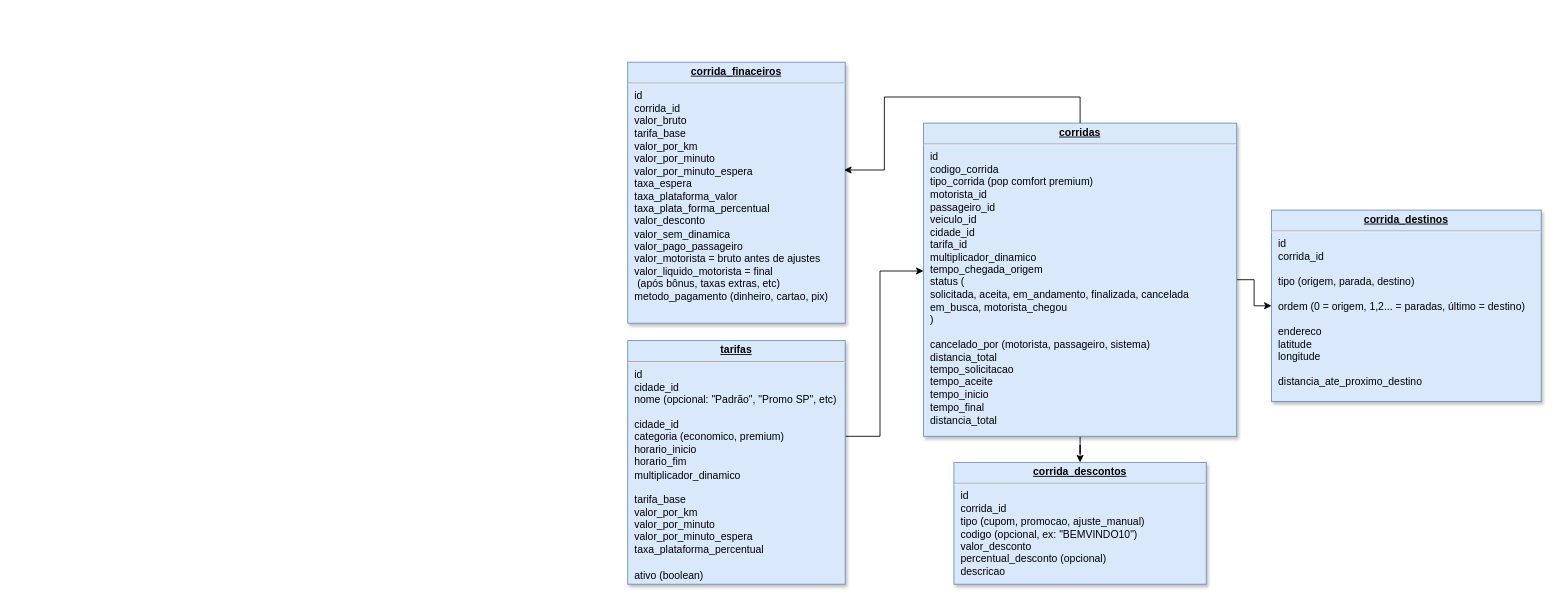
Before: page "corridas" (2 of 2) of Diagrama sem nome.drawio in PnA-Publicidade/aplicativo-mobilidade-urbana-backend, a draw.io diagram. Source tidied: cells renumbered, new cells numbered last; positions are measured from the earlier drawing's top-left corner, leaving out a move shared by most shapes. Both pictures are drawn from the tidied source at 87%, with x=0, y=0 at pixel (627, 62).
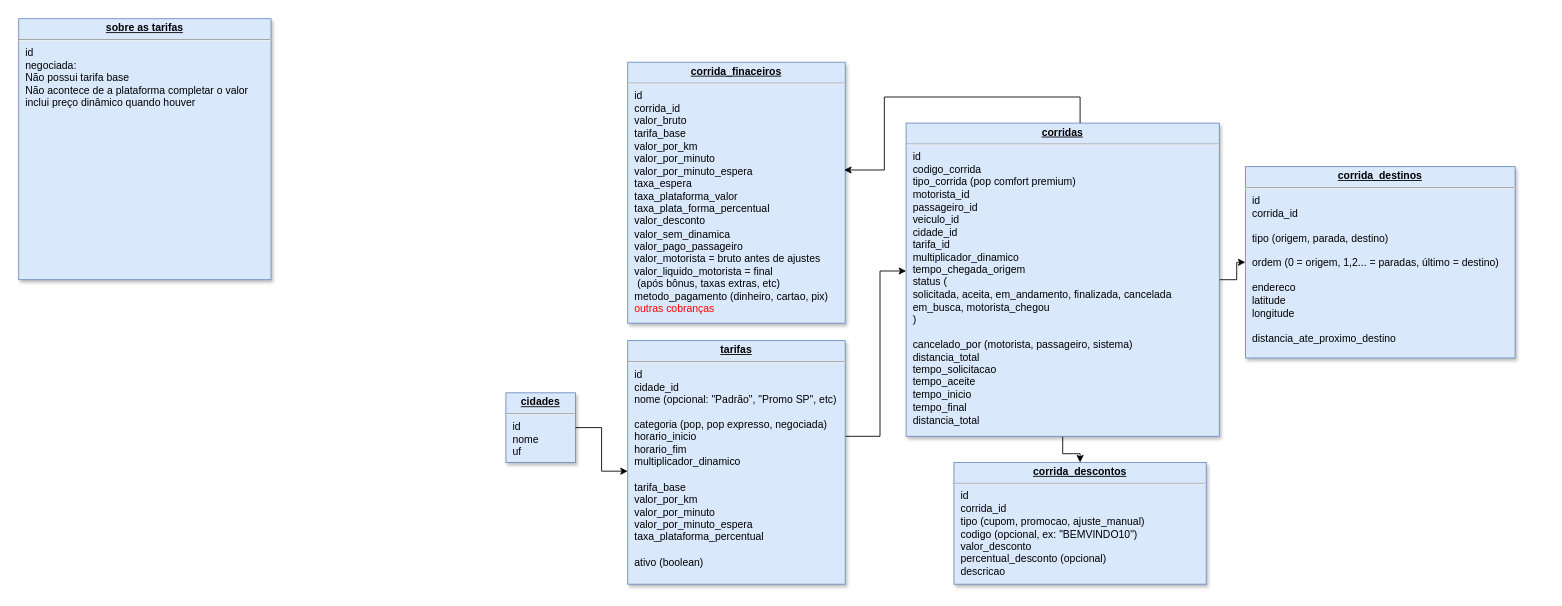
After the change.

What changed in the source:
```diff
@@
 <mxGraphModel>
   <root>
     <mxCell id="0" />
     <mxCell id="1" parent="0" />
     <mxCell id="2" style="edgeStyle=orthogonalEdgeStyle;rounded=0;jettySize=auto;html=1;entryX=0;entryY=0.5;entryDx=0;entryDy=0;" parent="1" edge="1" source="4" target="6">
       <mxGeometry relative="1" as="geometry" />
     </mxCell>
     <mxCell id="3" style="edgeStyle=orthogonalEdgeStyle;rounded=0;jettySize=auto;html=1;entryX=0.5;entryY=0;entryDx=0;entryDy=0;" parent="1" edge="1" source="4" target="7">
       <mxGeometry relative="1" as="geometry" />
     </mxCell>
     <mxCell id="4" value="&lt;p style=&quot;margin: 0px ; margin-top: 4px ; text-align: center ; text-decoration: underline&quot;&gt;&lt;b&gt;corridas&lt;/b&gt;&lt;/p&gt;&lt;hr&gt;&lt;p style=&quot;margin: 0px ; margin-left: 8px&quot;&gt;id&lt;/p&gt;&lt;p style=&quot;margin: 0px ; margin-left: 8px&quot;&gt;codigo_corrida&lt;/p&gt;&lt;p style=&quot;margin: 0px ; margin-left: 8px&quot;&gt;tipo_corrida (pop comfort premium)&lt;/p&gt;&lt;p style=&quot;margin: 0px ; margin-left: 8px&quot;&gt;motorista_id&lt;/p&gt;&lt;p style=&quot;margin: 0px ; margin-left: 8px&quot;&gt;passageiro_id&lt;/p&gt;&lt;p style=&quot;margin: 0px ; margin-left: 8px&quot;&gt;veiculo_id&amp;nbsp;&lt;/p&gt;&lt;p style=&quot;margin: 0px ; margin-left: 8px&quot;&gt;cidade_id&lt;/p&gt;&lt;p style=&quot;margin: 0px ; margin-left: 8px&quot;&gt;tarifa_id&lt;/p&gt;&lt;p style=&quot;margin: 0px ; margin-left: 8px&quot;&gt;multiplicador_dinamico&lt;/p&gt;&lt;p style=&quot;margin: 0px ; margin-left: 8px&quot;&gt;tempo_chegada_origem&lt;/p&gt;&lt;p style=&quot;margin: 0px ; margin-left: 8px&quot;&gt;status (&lt;/p&gt;&lt;p style=&quot;margin: 0px ; margin-left: 8px&quot;&gt;solicitada, aceita, em_andamento, finalizada, cancelada&lt;/p&gt;&lt;p style=&quot;margin: 0px ; margin-left: 8px&quot;&gt;em_busca, motorista_chegou&lt;/p&gt;&lt;p style=&quot;margin: 0px ; margin-left: 8px&quot;&gt;)&lt;/p&gt;&lt;p style=&quot;margin: 0px ; margin-left: 8px&quot;&gt;&lt;br&gt;&lt;/p&gt;&lt;p style=&quot;margin: 0px ; margin-left: 8px&quot;&gt;cancelado_por (motorista, passageiro, sistema)&lt;/p&gt;&lt;p style=&quot;margin: 0px ; margin-left: 8px&quot;&gt;distancia_total&lt;/p&gt;&lt;p style=&quot;margin: 0px ; margin-left: 8px&quot;&gt;tempo_solicitacao&lt;/p&gt;&lt;p style=&quot;margin: 0px ; margin-left: 8px&quot;&gt;tempo_aceite&lt;/p&gt;&lt;p style=&quot;margin: 0px ; margin-left: 8px&quot;&gt;tempo_inicio&lt;/p&gt;&lt;p style=&quot;margin: 0px ; margin-left: 8px&quot;&gt;tempo_final&lt;/p&gt;&lt;p style=&quot;margin: 0px ; margin-left: 8px&quot;&gt;distancia_total&lt;/p&gt;&lt;p style=&quot;margin: 0px ; margin-left: 8px&quot;&gt;&lt;br&gt;&lt;/p&gt;&lt;p style=&quot;margin: 0px ; margin-left: 8px&quot;&gt;&lt;br&gt;&lt;/p&gt;" style="verticalAlign=top;align=left;overflow=fill;fontSize=12;fontFamily=Helvetica;html=1;strokeColor=#6c8ebf;shadow=1;fillColor=#dae8fc;" parent="1" vertex="1">
-      <mxGeometry x="340" y="70" width="360" height="360" as="geometry" />
+      <mxGeometry x="320" y="70" width="360" height="360" as="geometry" />
     </mxCell>
-    <mxCell id="5" value="&lt;p style=&quot;margin: 0px ; margin-top: 4px ; text-align: center ; text-decoration: underline&quot;&gt;&lt;b&gt;corrida_finaceiros&lt;/b&gt;&lt;/p&gt;&lt;hr&gt;&lt;p style=&quot;margin: 0px ; margin-left: 8px&quot;&gt;id&lt;/p&gt;&lt;p style=&quot;margin: 0px ; margin-left: 8px&quot;&gt;corrida_id&lt;/p&gt;&lt;p style=&quot;margin: 0px ; margin-left: 8px&quot;&gt;valor_bruto&lt;/p&gt;&lt;p style=&quot;margin: 0px ; margin-left: 8px&quot;&gt;tarifa_base&lt;/p&gt;&lt;p style=&quot;margin: 0px ; margin-left: 8px&quot;&gt;valor_por_km&lt;/p&gt;&lt;p style=&quot;margin: 0px ; margin-left: 8px&quot;&gt;valor_por_minuto&lt;/p&gt;&lt;p style=&quot;margin: 0px ; margin-left: 8px&quot;&gt;valor_por_minuto_espera&lt;/p&gt;&lt;p style=&quot;margin: 0px ; margin-left: 8px&quot;&gt;taxa_espera&lt;/p&gt;&lt;p style=&quot;margin: 0px 0px 0px 8px;&quot;&gt;taxa_plataforma_valor&lt;/p&gt;&lt;p style=&quot;margin: 0px 0px 0px 8px;&quot;&gt;taxa_plata_forma_percentual&lt;/p&gt;&lt;p style=&quot;margin: 0px ; margin-left: 8px&quot;&gt;valor_desconto&lt;/p&gt;&lt;p style=&quot;margin: 0px ; margin-left: 8px&quot;&gt;valor_sem_dinamica&lt;/p&gt;&lt;p style=&quot;margin: 0px ; margin-left: 8px&quot;&gt;valor_pago_passageiro&lt;/p&gt;&lt;p style=&quot;margin: 0px ; margin-left: 8px&quot;&gt;valor_motorista = bruto antes de ajustes&lt;/p&gt;&lt;p style=&quot;margin: 0px ; margin-left: 8px&quot;&gt;valor_liquido_motorista = final&lt;/p&gt;&lt;p style=&quot;margin: 0px ; margin-left: 8px&quot;&gt;&amp;nbsp;(após bônus, taxas extras, etc)&lt;/p&gt;&lt;p style=&quot;margin: 0px ; margin-left: 8px&quot;&gt;metodo_pagamento (dinheiro, cartao, pix)&lt;/p&gt;&lt;div&gt;&lt;br&gt;&lt;/div&gt;" style="verticalAlign=top;align=left;overflow=fill;fontSize=12;fontFamily=Helvetica;html=1;strokeColor=#6c8ebf;shadow=1;fillColor=#dae8fc;" parent="1" vertex="1">
+    <mxCell id="5" value="&lt;p style=&quot;margin: 0px ; margin-top: 4px ; text-align: center ; text-decoration: underline&quot;&gt;&lt;b&gt;corrida_finaceiros&lt;/b&gt;&lt;/p&gt;&lt;hr&gt;&lt;p style=&quot;margin: 0px ; margin-left: 8px&quot;&gt;id&lt;/p&gt;&lt;p style=&quot;margin: 0px ; margin-left: 8px&quot;&gt;corrida_id&lt;/p&gt;&lt;p style=&quot;margin: 0px ; margin-left: 8px&quot;&gt;valor_bruto&lt;/p&gt;&lt;p style=&quot;margin: 0px ; margin-left: 8px&quot;&gt;tarifa_base&lt;/p&gt;&lt;p style=&quot;margin: 0px ; margin-left: 8px&quot;&gt;valor_por_km&lt;/p&gt;&lt;p style=&quot;margin: 0px ; margin-left: 8px&quot;&gt;valor_por_minuto&lt;/p&gt;&lt;p style=&quot;margin: 0px ; margin-left: 8px&quot;&gt;valor_por_minuto_espera&lt;/p&gt;&lt;p style=&quot;margin: 0px ; margin-left: 8px&quot;&gt;taxa_espera&lt;/p&gt;&lt;p style=&quot;margin: 0px 0px 0px 8px;&quot;&gt;taxa_plataforma_valor&lt;/p&gt;&lt;p style=&quot;margin: 0px 0px 0px 8px;&quot;&gt;taxa_plata_forma_percentual&lt;/p&gt;&lt;p style=&quot;margin: 0px ; margin-left: 8px&quot;&gt;valor_desconto&lt;/p&gt;&lt;p style=&quot;margin: 0px ; margin-left: 8px&quot;&gt;valor_sem_dinamica&lt;/p&gt;&lt;p style=&quot;margin: 0px ; margin-left: 8px&quot;&gt;valor_pago_passageiro&lt;/p&gt;&lt;p style=&quot;margin: 0px ; margin-left: 8px&quot;&gt;valor_motorista = bruto antes de ajustes&lt;/p&gt;&lt;p style=&quot;margin: 0px ; margin-left: 8px&quot;&gt;valor_liquido_motorista = final&lt;/p&gt;&lt;p style=&quot;margin: 0px ; margin-left: 8px&quot;&gt;&amp;nbsp;(após bônus, taxas extras, etc)&lt;/p&gt;&lt;p style=&quot;margin: 0px ; margin-left: 8px&quot;&gt;metodo_pagamento (dinheiro, cartao, pix)&lt;/p&gt;&lt;p style=&quot;margin: 0px ; margin-left: 8px&quot;&gt;&lt;font style=&quot;color: rgb(255, 0, 0);&quot;&gt;outras cobranças&lt;/font&gt;&lt;/p&gt;&lt;div&gt;&lt;br&gt;&lt;/div&gt;" style="verticalAlign=top;align=left;overflow=fill;fontSize=12;fontFamily=Helvetica;html=1;strokeColor=#6c8ebf;shadow=1;fillColor=#dae8fc;" parent="1" vertex="1">
       <mxGeometry width="250" height="300" as="geometry" />
     </mxCell>
     <mxCell id="6" value="&lt;p style=&quot;margin: 0px ; margin-top: 4px ; text-align: center ; text-decoration: underline&quot;&gt;&lt;b&gt;corrida_destinos&lt;/b&gt;&lt;/p&gt;&lt;hr&gt;&lt;p style=&quot;margin: 0px ; margin-left: 8px&quot;&gt;id&lt;/p&gt;&lt;p style=&quot;margin: 0px ; margin-left: 8px&quot;&gt;corrida_id&lt;/p&gt;&lt;p style=&quot;margin: 0px ; margin-left: 8px&quot;&gt;&lt;br&gt;&lt;/p&gt;&lt;p style=&quot;margin: 0px ; margin-left: 8px&quot;&gt;tipo (origem, parada, destino)&lt;/p&gt;&lt;p style=&quot;margin: 0px ; margin-left: 8px&quot;&gt;&lt;br&gt;&lt;/p&gt;&lt;p style=&quot;margin: 0px ; margin-left: 8px&quot;&gt;ordem (0 = origem, 1,2... = paradas, último = destino)&lt;/p&gt;&lt;p style=&quot;margin: 0px ; margin-left: 8px&quot;&gt;&lt;br&gt;&lt;/p&gt;&lt;p style=&quot;margin: 0px ; margin-left: 8px&quot;&gt;endereco&lt;/p&gt;&lt;p style=&quot;margin: 0px ; margin-left: 8px&quot;&gt;latitude&lt;/p&gt;&lt;p style=&quot;margin: 0px ; margin-left: 8px&quot;&gt;longitude&lt;/p&gt;&lt;p style=&quot;margin: 0px ; margin-left: 8px&quot;&gt;&lt;br&gt;&lt;/p&gt;&lt;p style=&quot;margin: 0px ; margin-left: 8px&quot;&gt;distancia_ate_proximo_destino&lt;/p&gt;" style="verticalAlign=top;align=left;overflow=fill;fontSize=12;fontFamily=Helvetica;html=1;strokeColor=#6c8ebf;shadow=1;fillColor=#dae8fc;" parent="1" vertex="1">
-      <mxGeometry x="740" y="170" width="310" height="220" as="geometry" />
+      <mxGeometry x="710" y="120" width="310" height="220" as="geometry" />
     </mxCell>
     <mxCell id="7" value="&lt;p style=&quot;margin: 0px ; margin-top: 4px ; text-align: center ; text-decoration: underline&quot;&gt;&lt;b&gt;corrida_descontos&lt;/b&gt;&lt;/p&gt;&lt;hr&gt;&lt;p style=&quot;margin: 0px ; margin-left: 8px&quot;&gt;id&lt;/p&gt;&lt;p style=&quot;margin: 0px ; margin-left: 8px&quot;&gt;corrida_id&lt;/p&gt;&lt;p style=&quot;margin: 0px ; margin-left: 8px&quot;&gt;tipo (cupom, promocao, ajuste_manual)&lt;/p&gt;&lt;p style=&quot;margin: 0px ; margin-left: 8px&quot;&gt;codigo (opcional, ex: &quot;BEMVINDO10&quot;)&lt;/p&gt;&lt;p style=&quot;margin: 0px ; margin-left: 8px&quot;&gt;valor_desconto&lt;/p&gt;&lt;p style=&quot;margin: 0px ; margin-left: 8px&quot;&gt;percentual_desconto (opcional)&lt;/p&gt;&lt;p style=&quot;margin: 0px ; margin-left: 8px&quot;&gt;descricao&lt;/p&gt;&lt;div&gt;&lt;br&gt;&lt;/div&gt;&lt;div&gt;&lt;br&gt;&lt;/div&gt;" style="verticalAlign=top;align=left;overflow=fill;fontSize=12;fontFamily=Helvetica;html=1;strokeColor=#6c8ebf;shadow=1;fillColor=#dae8fc;" parent="1" vertex="1">
       <mxGeometry x="375" y="460" width="290" height="140" as="geometry" />
     </mxCell>
     <mxCell id="8" style="edgeStyle=orthogonalEdgeStyle;rounded=0;jettySize=auto;html=1;entryX=0.995;entryY=0.413;entryDx=0;entryDy=0;entryPerimeter=0;" parent="1" edge="1" source="4" target="5">
       <mxGeometry relative="1" as="geometry">
         <Array as="points">
           <mxPoint x="520" y="40" />
           <mxPoint x="295" y="40" />
           <mxPoint x="295" y="124" />
         </Array>
       </mxGeometry>
     </mxCell>
     <mxCell id="9" style="edgeStyle=orthogonalEdgeStyle;rounded=0;jettySize=auto;html=1;" parent="1" edge="1" source="10" target="4">
       <mxGeometry relative="1" as="geometry">
         <Array as="points">
           <mxPoint x="290" y="430" />
           <mxPoint x="290" y="240" />
         </Array>
       </mxGeometry>
     </mxCell>
-    <mxCell id="10" value="&lt;p style=&quot;margin: 0px ; margin-top: 4px ; text-align: center ; text-decoration: underline&quot;&gt;&lt;b&gt;tarifas&lt;/b&gt;&lt;/p&gt;&lt;hr&gt;&lt;p style=&quot;margin: 0px ; margin-left: 8px&quot;&gt;id&lt;/p&gt;&lt;p style=&quot;margin: 0px ; margin-left: 8px&quot;&gt;cidade_id&lt;/p&gt;&lt;p style=&quot;margin: 0px ; margin-left: 8px&quot;&gt;nome (opcional: &quot;Padrão&quot;, &quot;Promo SP&quot;, etc)&lt;/p&gt;&lt;p style=&quot;margin: 0px ; margin-left: 8px&quot;&gt;&lt;br&gt;&lt;/p&gt;&lt;p style=&quot;margin: 0px ; margin-left: 8px&quot;&gt;cidade_id&lt;/p&gt;&lt;p style=&quot;margin: 0px ; margin-left: 8px&quot;&gt;categoria (economico, premium)&lt;/p&gt;&lt;p style=&quot;margin: 0px ; margin-left: 8px&quot;&gt;horario_inicio&lt;/p&gt;&lt;p style=&quot;margin: 0px ; margin-left: 8px&quot;&gt;horario_fim&lt;/p&gt;&lt;p style=&quot;margin: 0px ; margin-left: 8px&quot;&gt;multiplicador_dinamico&lt;/p&gt;&lt;p style=&quot;margin: 0px ; margin-left: 8px&quot;&gt;&lt;br&gt;&lt;/p&gt;&lt;p style=&quot;margin: 0px ; margin-left: 8px&quot;&gt;tarifa_base&lt;/p&gt;&lt;p style=&quot;margin: 0px ; margin-left: 8px&quot;&gt;valor_por_km&lt;/p&gt;&lt;p style=&quot;margin: 0px ; margin-left: 8px&quot;&gt;valor_por_minuto&lt;/p&gt;&lt;p style=&quot;margin: 0px ; margin-left: 8px&quot;&gt;valor_por_minuto_espera&lt;/p&gt;&lt;p style=&quot;margin: 0px ; margin-left: 8px&quot;&gt;taxa_plataforma_percentual&lt;/p&gt;&lt;p style=&quot;margin: 0px ; margin-left: 8px&quot;&gt;&lt;br&gt;&lt;/p&gt;&lt;p style=&quot;margin: 0px ; margin-left: 8px&quot;&gt;ativo (boolean)&lt;/p&gt;&lt;div&gt;&lt;br&gt;&lt;/div&gt;" style="verticalAlign=top;align=left;overflow=fill;fontSize=12;fontFamily=Helvetica;html=1;strokeColor=#6c8ebf;shadow=1;fillColor=#dae8fc;" parent="1" vertex="1">
+    <mxCell id="10" value="&lt;p style=&quot;margin: 0px ; margin-top: 4px ; text-align: center ; text-decoration: underline&quot;&gt;&lt;b&gt;tarifas&lt;/b&gt;&lt;/p&gt;&lt;hr&gt;&lt;p style=&quot;margin: 0px ; margin-left: 8px&quot;&gt;id&lt;/p&gt;&lt;p style=&quot;margin: 0px ; margin-left: 8px&quot;&gt;cidade_id&lt;/p&gt;&lt;p style=&quot;margin: 0px ; margin-left: 8px&quot;&gt;nome (opcional: &quot;Padrão&quot;, &quot;Promo SP&quot;, etc)&lt;/p&gt;&lt;p style=&quot;margin: 0px ; margin-left: 8px&quot;&gt;&lt;br&gt;&lt;/p&gt;&lt;p style=&quot;margin: 0px ; margin-left: 8px&quot;&gt;categoria (pop, pop expresso, negociada)&lt;/p&gt;&lt;p style=&quot;margin: 0px ; margin-left: 8px&quot;&gt;horario_inicio&lt;/p&gt;&lt;p style=&quot;margin: 0px ; margin-left: 8px&quot;&gt;horario_fim&lt;/p&gt;&lt;p style=&quot;margin: 0px ; margin-left: 8px&quot;&gt;multiplicador_dinamico&lt;/p&gt;&lt;p style=&quot;margin: 0px ; margin-left: 8px&quot;&gt;&lt;br&gt;&lt;/p&gt;&lt;p style=&quot;margin: 0px ; margin-left: 8px&quot;&gt;tarifa_base&lt;/p&gt;&lt;p style=&quot;margin: 0px ; margin-left: 8px&quot;&gt;valor_por_km&lt;/p&gt;&lt;p style=&quot;margin: 0px ; margin-left: 8px&quot;&gt;valor_por_minuto&lt;/p&gt;&lt;p style=&quot;margin: 0px ; margin-left: 8px&quot;&gt;valor_por_minuto_espera&lt;/p&gt;&lt;p style=&quot;margin: 0px ; margin-left: 8px&quot;&gt;taxa_plataforma_percentual&lt;/p&gt;&lt;p style=&quot;margin: 0px ; margin-left: 8px&quot;&gt;&lt;br&gt;&lt;/p&gt;&lt;p style=&quot;margin: 0px ; margin-left: 8px&quot;&gt;ativo (boolean)&lt;/p&gt;&lt;div&gt;&lt;br&gt;&lt;/div&gt;" style="verticalAlign=top;align=left;overflow=fill;fontSize=12;fontFamily=Helvetica;html=1;strokeColor=#6c8ebf;shadow=1;fillColor=#dae8fc;" parent="1" vertex="1">
       <mxGeometry y="320" width="250" height="280" as="geometry" />
     </mxCell>
+    <mxCell id="11" value="&lt;p style=&quot;margin: 0px ; margin-top: 4px ; text-align: center ; text-decoration: underline&quot;&gt;&lt;b&gt;cidades&lt;/b&gt;&lt;/p&gt;&lt;hr&gt;&lt;p style=&quot;margin: 0px ; margin-left: 8px&quot;&gt;id&lt;/p&gt;&lt;p style=&quot;margin: 0px ; margin-left: 8px&quot;&gt;&lt;span style=&quot;background-color: transparent; color: light-dark(rgb(0, 0, 0), rgb(255, 255, 255));&quot;&gt;nome&lt;/span&gt;&lt;/p&gt;&lt;p style=&quot;margin: 0px ; margin-left: 8px&quot;&gt;uf&lt;/p&gt;&lt;div&gt;&lt;br&gt;&lt;/div&gt;" style="verticalAlign=top;align=left;overflow=fill;fontSize=12;fontFamily=Helvetica;html=1;strokeColor=#6c8ebf;shadow=1;fillColor=#dae8fc;" parent="1" vertex="1">
+      <mxGeometry x="-140" y="380" width="80" height="80" as="geometry" />
+    </mxCell>
+    <mxCell id="12" style="edgeStyle=orthogonalEdgeStyle;rounded=0;jettySize=auto;html=1;entryX=0;entryY=0.536;entryDx=0;entryDy=0;entryPerimeter=0;" parent="1" edge="1" source="11" target="10">
+      <mxGeometry relative="1" as="geometry" />
+    </mxCell>
+    <mxCell id="13" value="&lt;p style=&quot;margin: 0px ; margin-top: 4px ; text-align: center ; text-decoration: underline&quot;&gt;&lt;b&gt;sobre as tarifas&lt;/b&gt;&lt;/p&gt;&lt;hr&gt;&lt;p style=&quot;margin: 0px ; margin-left: 8px&quot;&gt;id&lt;/p&gt;&lt;p style=&quot;margin: 0px ; margin-left: 8px&quot;&gt;negociada:&lt;br&gt;Não possui tarifa base&lt;br&gt;Não acontece de a plataforma completar o valor&lt;/p&gt;&lt;p style=&quot;margin: 0px ; margin-left: 8px&quot;&gt;inclui preço dinâmico quando houver&lt;/p&gt;" style="verticalAlign=top;align=left;overflow=fill;fontSize=12;fontFamily=Helvetica;html=1;strokeColor=#6c8ebf;shadow=1;fillColor=#dae8fc;" parent="1" vertex="1">
+      <mxGeometry x="-700" y="-50" width="290" height="300" as="geometry" />
+    </mxCell>
   </root>
 </mxGraphModel>
```
